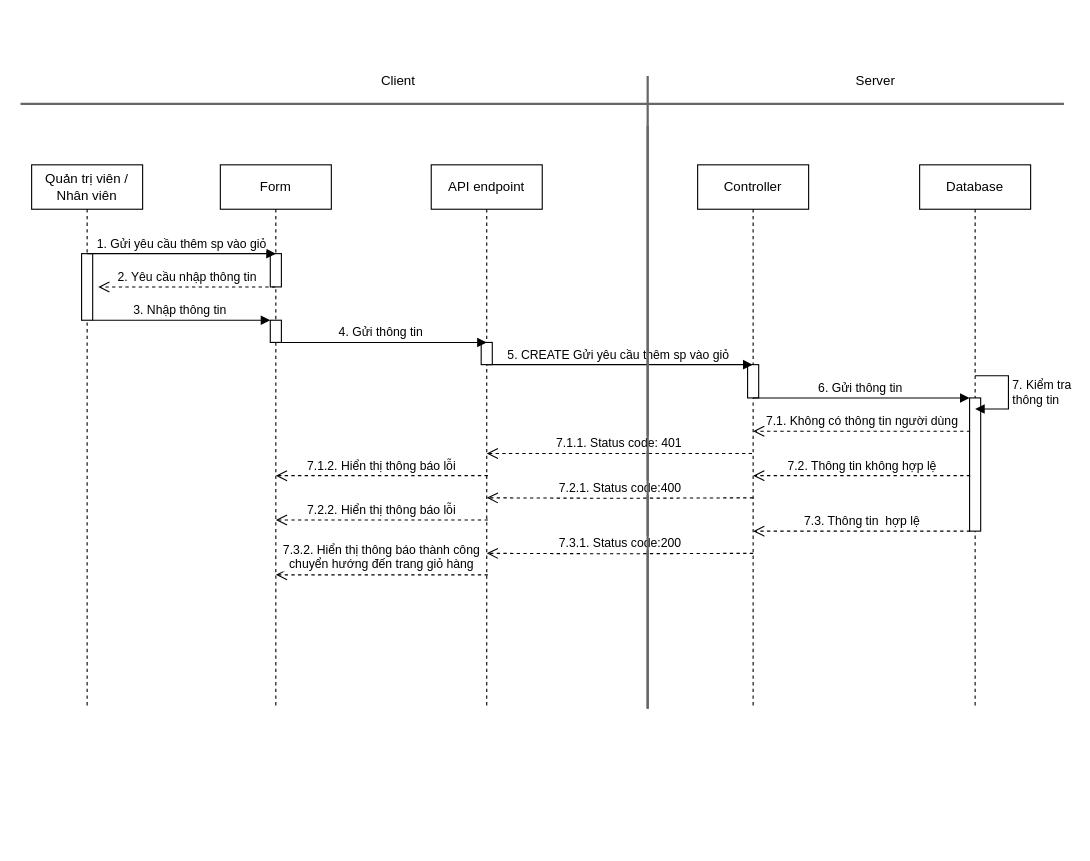
This is page "Page-1" (1 of 4) of SD/SD_QUANLYGIOHANG.drawio from hieuNV0871/da, a draw.io file, before an edit. Source tidied: cells renumbered, new cells numbered last; positions are measured from the earlier drawing's top-left corner, leaving out a move shared by most shapes. Both pictures are drawn from the tidied source at 111%, with x=0, y=0 at pixel (20, 64).
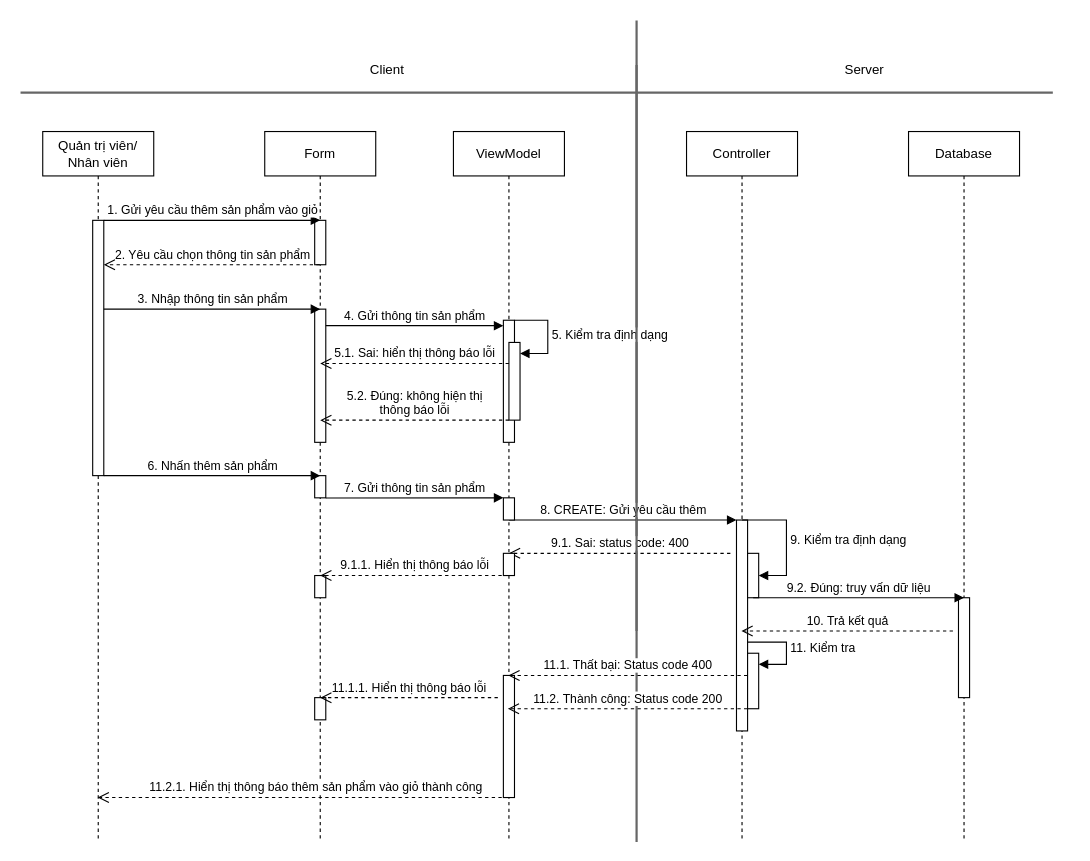
The same page after the edit.

Change to the diagram source:
```diff
@@
-    <mxCell id="2" value="Quản trị viên / Nhân viên" style="shape=umlLifeline;perimeter=lifelinePerimeter;whiteSpace=wrap;html=1;newEdgeStyle={&quot;curved&quot;:0,&quot;rounded&quot;:0};" parent="1" vertex="1">
-      <mxGeometry x="10" y="90" width="100" height="490" as="geometry" />
-    </mxCell>
-    <mxCell id="3" style="html=1;points=[[0,0,0,0,5],[0,1,0,0,-5],[1,0,0,0,5],[1,1,0,0,-5]];perimeter=orthogonalPerimeter;outlineConnect=0;targetShapes=umlLifeline;portConstraint=eastwest;newEdgeStyle={&quot;curved&quot;:0,&quot;rounded&quot;:0};" parent="2" vertex="1">
-      <mxGeometry x="45" y="80" width="10" height="60" as="geometry" />
-    </mxCell>
+    <mxCell id="34" style="line;strokeWidth=2;direction=south;html=1;fillColor=#f5f5f5;fontColor=#333333;strokeColor=#666666;" parent="1" vertex="1">
+      <mxGeometry x="550" y="-40" width="10" height="550" as="geometry" />
+    </mxCell>
+    <mxCell id="35" value="Quản trị viên/ Nhân viên" style="shape=umlLifeline;perimeter=lifelinePerimeter;whiteSpace=wrap;html=1;outlineConnect=0;portConstraint=eastwest;newEdgeStyle={&quot;curved&quot;:0,&quot;rounded&quot;:0};" parent="1" vertex="1">
+      <mxGeometry x="20" y="60" width="100" height="640" as="geometry" />
+    </mxCell>
+    <mxCell id="36" style="html=1;points=[[0,0,0,0,5],[0,1,0,0,-5],[1,0,0,0,5],[1,1,0,0,-5]];perimeter=orthogonalPerimeter;outlineConnect=0;targetShapes=umlLifeline;portConstraint=eastwest;newEdgeStyle={&quot;curved&quot;:0,&quot;rounded&quot;:0};" parent="35" vertex="1">
+      <mxGeometry x="45" y="80" width="10" height="230" as="geometry" />
+    </mxCell>
     <mxCell id="4" value="Form" style="shape=umlLifeline;perimeter=lifelinePerimeter;whiteSpace=wrap;html=1;outlineConnect=0;portConstraint=eastwest;newEdgeStyle={&quot;curved&quot;:0,&quot;rounded&quot;:0};" parent="1" vertex="1">
-      <mxGeometry x="180" y="90" width="100" height="490" as="geometry" />
+      <mxGeometry x="220" y="60" width="100" height="640" as="geometry" />
     </mxCell>
-    <mxCell id="5" style="html=1;perimeter=orthogonalPerimeter;targetShapes=umlLifeline;newEdgeStyle={&quot;curved&quot;:0,&quot;rounded&quot;:0};" parent="4" vertex="1">
-      <mxGeometry x="45" y="80" width="10" height="30" as="geometry" />
-    </mxCell>
-    <mxCell id="6" style="html=1;points=[[0,0,0,0,5],[0,1,0,0,-5],[1,0,0,0,5],[1,1,0,0,-5]];perimeter=orthogonalPerimeter;outlineConnect=0;targetShapes=umlLifeline;portConstraint=eastwest;newEdgeStyle={&quot;curved&quot;:0,&quot;rounded&quot;:0};" parent="4" vertex="1">
-      <mxGeometry x="45" y="140" width="10" height="20" as="geometry" />
-    </mxCell>
+    <mxCell id="37" style="html=1;perimeter=orthogonalPerimeter;targetShapes=umlLifeline;newEdgeStyle={&quot;curved&quot;:0,&quot;rounded&quot;:0};" parent="4" vertex="1">
+      <mxGeometry x="45" y="80" width="10" height="40" as="geometry" />
+    </mxCell>
+    <mxCell id="38" style="html=1;points=[[0,0,0,0,5],[0,1,0,0,-5],[1,0,0,0,5],[1,1,0,0,-5]];perimeter=orthogonalPerimeter;outlineConnect=0;targetShapes=umlLifeline;portConstraint=eastwest;newEdgeStyle={&quot;curved&quot;:0,&quot;rounded&quot;:0};" parent="4" vertex="1">
+      <mxGeometry x="45" y="160" width="10" height="120" as="geometry" />
+    </mxCell>
+    <mxCell id="39" style="html=1;perimeter=orthogonalPerimeter;targetShapes=umlLifeline;newEdgeStyle={&quot;curved&quot;:0,&quot;rounded&quot;:0};" parent="4" vertex="1">
+      <mxGeometry x="45" y="310" width="10" height="20" as="geometry" />
+    </mxCell>
+    <mxCell id="40" style="html=1;perimeter=orthogonalPerimeter;targetShapes=umlLifeline;newEdgeStyle={&quot;curved&quot;:0,&quot;rounded&quot;:0};" parent="4" vertex="1">
+      <mxGeometry x="45" y="400" width="10" height="20" as="geometry" />
+    </mxCell>
+    <mxCell id="41" style="html=1;perimeter=orthogonalPerimeter;targetShapes=umlLifeline;newEdgeStyle={&quot;curved&quot;:0,&quot;rounded&quot;:0};" parent="4" vertex="1">
+      <mxGeometry x="45" y="510" width="10" height="20" as="geometry" />
+    </mxCell>
     <mxCell id="7" value="Controller" style="shape=umlLifeline;perimeter=lifelinePerimeter;whiteSpace=wrap;html=1;outlineConnect=0;portConstraint=eastwest;newEdgeStyle={&quot;curved&quot;:0,&quot;rounded&quot;:0};" parent="1" vertex="1">
-      <mxGeometry x="610" y="90" width="100" height="490" as="geometry" />
+      <mxGeometry x="600" y="60" width="100" height="640" as="geometry" />
     </mxCell>
-    <mxCell id="8" style="html=1;perimeter=orthogonalPerimeter;targetShapes=umlLifeline;newEdgeStyle={&quot;curved&quot;:0,&quot;rounded&quot;:0};" parent="7" vertex="1">
-      <mxGeometry x="45" y="180" width="10" height="30" as="geometry" />
-    </mxCell>
-    <mxCell id="9" value="2. Yêu cầu nhập thông tin" style="html=1;verticalAlign=bottom;endArrow=open;dashed=1;endSize=8;curved=0;rounded=0;" parent="1" edge="1">
-      <mxGeometry relative="1" as="geometry">
-        <mxPoint x="229.5" y="200" as="sourcePoint" />
-        <mxPoint x="70" y="200" as="targetPoint" />
-        <Array as="points">
-          <mxPoint x="130" y="200" />
-        </Array>
-      </mxGeometry>
-    </mxCell>
-    <mxCell id="10" value="3. Nhập thông tin&amp;nbsp;" style="html=1;verticalAlign=bottom;endArrow=block;curved=0;rounded=0;" parent="1" edge="1" source="3" target="6">
-      <mxGeometry relative="1" as="geometry" />
-    </mxCell>
-    <mxCell id="11" value="1. Gửi yêu cầu thêm sp vào giỏ" style="html=1;verticalAlign=bottom;endArrow=block;curved=0;rounded=0;" parent="1" edge="1">
-      <mxGeometry relative="1" as="geometry">
-        <mxPoint x="60" y="170" as="sourcePoint" />
-        <mxPoint x="230" y="170" as="targetPoint" />
-      </mxGeometry>
-    </mxCell>
-    <mxCell id="12" value="5. CREATE Gửi yêu cầu thêm sp vào giỏ&amp;nbsp;" style="html=1;verticalAlign=bottom;endArrow=block;curved=0;rounded=0;" parent="1" edge="1" target="7">
-      <mxGeometry relative="1" as="geometry">
-        <mxPoint x="420" y="270" as="sourcePoint" />
-      </mxGeometry>
-    </mxCell>
+    <mxCell id="42" style="html=1;points=[[0,0,0,0,5],[0,1,0,0,-5],[1,0,0,0,5],[1,1,0,0,-5]];perimeter=orthogonalPerimeter;outlineConnect=0;targetShapes=umlLifeline;portConstraint=eastwest;newEdgeStyle={&quot;curved&quot;:0,&quot;rounded&quot;:0};" parent="7" vertex="1">
+      <mxGeometry x="45" y="350" width="10" height="190" as="geometry" />
+    </mxCell>
+    <mxCell id="43" value="9. Kiểm tra định dạng" style="html=1;align=left;spacingLeft=2;endArrow=block;rounded=0;edgeStyle=orthogonalEdgeStyle;curved=0;rounded=0;exitX=0.5;exitY=0;exitDx=0;exitDy=0;exitPerimeter=0;" parent="7" edge="1" source="42" target="44">
+      <mxGeometry relative="1" as="geometry">
+        <Array as="points">
+          <mxPoint x="90" y="350" />
+          <mxPoint x="90" y="400" />
+        </Array>
+      </mxGeometry>
+    </mxCell>
+    <mxCell id="44" style="html=1;points=[[0,0,0,0,5],[0,1,0,0,-5],[1,0,0,0,5],[1,1,0,0,-5]];perimeter=orthogonalPerimeter;outlineConnect=0;targetShapes=umlLifeline;portConstraint=eastwest;newEdgeStyle={&quot;curved&quot;:0,&quot;rounded&quot;:0};" parent="7" vertex="1">
+      <mxGeometry x="55" y="380" width="10" height="40" as="geometry" />
+    </mxCell>
+    <mxCell id="45" style="html=1;points=[[0,0,0,0,5],[0,1,0,0,-5],[1,0,0,0,5],[1,1,0,0,-5]];perimeter=orthogonalPerimeter;outlineConnect=0;targetShapes=umlLifeline;portConstraint=eastwest;newEdgeStyle={&quot;curved&quot;:0,&quot;rounded&quot;:0};" parent="7" vertex="1">
+      <mxGeometry x="55" y="470" width="10" height="50" as="geometry" />
+    </mxCell>
+    <mxCell id="46" value="11. Kiểm tra" style="html=1;align=left;spacingLeft=2;endArrow=block;rounded=0;edgeStyle=orthogonalEdgeStyle;curved=0;rounded=0;" parent="7" edge="1" target="45">
+      <mxGeometry relative="1" as="geometry">
+        <mxPoint x="55" y="460" as="sourcePoint" />
+        <Array as="points">
+          <mxPoint x="90" y="460" />
+          <mxPoint x="90" y="480" />
+        </Array>
+      </mxGeometry>
+    </mxCell>
+    <mxCell id="47" value="2. Yêu cầu chọn thông tin sản phẩm" style="html=1;verticalAlign=bottom;endArrow=open;dashed=1;endSize=8;curved=0;rounded=0;" parent="1" edge="1" source="4" target="36">
+      <mxGeometry relative="1" as="geometry">
+        <Array as="points">
+          <mxPoint x="150" y="180" />
+        </Array>
+      </mxGeometry>
+    </mxCell>
+    <mxCell id="48" value="3. Nhập thông tin sản phẩm" style="html=1;verticalAlign=bottom;endArrow=block;curved=0;rounded=0;" parent="1" edge="1" source="36">
+      <mxGeometry relative="1" as="geometry">
+        <mxPoint x="270" y="220" as="targetPoint" />
+      </mxGeometry>
+    </mxCell>
+    <mxCell id="49" value="1. Gửi yêu cầu thêm sản phẩm vào giỏ" style="html=1;verticalAlign=bottom;endArrow=block;curved=0;rounded=0;" parent="1" edge="1">
+      <mxGeometry relative="1" as="geometry">
+        <mxPoint x="75" y="140" as="sourcePoint" />
+        <mxPoint x="270" y="140" as="targetPoint" />
+      </mxGeometry>
+    </mxCell>
+    <mxCell id="50" value="8. CREATE: Gửi yêu cầu thêm" style="html=1;verticalAlign=bottom;endArrow=block;curved=0;rounded=0;" parent="1" edge="1">
+      <mxGeometry relative="1" as="geometry">
+        <mxPoint x="440" y="410" as="sourcePoint" />
+        <mxPoint x="645" y="410" as="targetPoint" />
+      </mxGeometry>
+    </mxCell>
+    <mxCell id="51" value="9.1. Sai: status code: 400" style="html=1;verticalAlign=bottom;endArrow=open;dashed=1;endSize=8;curved=0;rounded=0;" parent="1" edge="1">
+      <mxGeometry relative="1" as="geometry">
+        <mxPoint x="639.5" y="440" as="sourcePoint" />
+        <mxPoint x="440" y="440" as="targetPoint" />
+        <Array as="points">
+          <mxPoint x="515" y="440" />
+        </Array>
+      </mxGeometry>
+    </mxCell>
     <mxCell id="13" value="Database" style="shape=umlLifeline;perimeter=lifelinePerimeter;whiteSpace=wrap;html=1;newEdgeStyle={&quot;curved&quot;:0,&quot;rounded&quot;:0};" parent="1" vertex="1">
-      <mxGeometry x="810" y="90" width="100" height="490" as="geometry" />
+      <mxGeometry x="800" y="60" width="100" height="640" as="geometry" />
     </mxCell>
-    <mxCell id="14" style="html=1;points=[[0,0,0,0,5],[0,1,0,0,-5],[1,0,0,0,5],[1,1,0,0,-5]];perimeter=orthogonalPerimeter;outlineConnect=0;targetShapes=umlLifeline;portConstraint=eastwest;newEdgeStyle={&quot;curved&quot;:0,&quot;rounded&quot;:0};" parent="13" vertex="1">
-      <mxGeometry x="45" y="210" width="10" height="120" as="geometry" />
-    </mxCell>
-    <mxCell id="15" style="line;strokeWidth=2;html=1;fillColor=#f5f5f5;fontColor=#333333;strokeColor=#666666;" parent="1" vertex="1">
-      <mxGeometry y="30" width="940" height="10" as="geometry" />
-    </mxCell>
+    <mxCell id="52" style="html=1;perimeter=orthogonalPerimeter;targetShapes=umlLifeline;newEdgeStyle={&quot;curved&quot;:0,&quot;rounded&quot;:0};" parent="13" vertex="1">
+      <mxGeometry x="45" y="420" width="10" height="90" as="geometry" />
+    </mxCell>
+    <mxCell id="53" style="line;strokeWidth=2;html=1;fillColor=#f5f5f5;fontColor=#333333;strokeColor=#666666;" parent="1" vertex="1">
+      <mxGeometry y="20" width="930" height="10" as="geometry" />
+    </mxCell>
     <mxCell id="16" value="Server" style="text;html=1;align=center;verticalAlign=middle;strokeColor=none;fillColor=none;" parent="1" vertex="1">
-      <mxGeometry x="740" width="60" height="30" as="geometry" />
+      <mxGeometry x="730" y="-10" width="60" height="30" as="geometry" />
     </mxCell>
     <mxCell id="17" value="Client" style="text;html=1;align=center;verticalAlign=middle;strokeColor=none;fillColor=none;" parent="1" vertex="1">
-      <mxGeometry x="315" width="50" height="30" as="geometry" />
+      <mxGeometry x="305" y="-10" width="50" height="30" as="geometry" />
     </mxCell>
-    <mxCell id="18" style="line;strokeWidth=2;direction=south;html=1;fillColor=#f5f5f5;fontColor=#333333;strokeColor=#666666;" parent="1" vertex="1">
-      <mxGeometry x="560" y="10" width="10" height="570" as="geometry" />
-    </mxCell>
-    <mxCell id="19" value="API endpoint" style="shape=umlLifeline;perimeter=lifelinePerimeter;whiteSpace=wrap;html=1;newEdgeStyle={&quot;curved&quot;:0,&quot;rounded&quot;:0};" parent="1" vertex="1">
-      <mxGeometry x="370" y="90" width="100" height="490" as="geometry" />
-    </mxCell>
-    <mxCell id="20" style="html=1;perimeter=orthogonalPerimeter;targetShapes=umlLifeline;newEdgeStyle={&quot;curved&quot;:0,&quot;rounded&quot;:0};" parent="19" vertex="1">
-      <mxGeometry x="45" y="160" width="10" height="20" as="geometry" />
-    </mxCell>
-    <mxCell id="21" value="4. Gửi thông tin&amp;nbsp;" style="html=1;verticalAlign=bottom;endArrow=block;curved=0;rounded=0;" parent="1" edge="1">
-      <mxGeometry relative="1" as="geometry">
-        <mxPoint x="230.5" y="250" as="sourcePoint" />
-        <mxPoint x="420" y="250" as="targetPoint" />
-      </mxGeometry>
-    </mxCell>
-    <mxCell id="22" value="7. Kiểm tra&lt;br&gt;thông tin" style="html=1;align=left;spacingLeft=2;endArrow=block;rounded=0;edgeStyle=orthogonalEdgeStyle;curved=0;rounded=0;" parent="1" edge="1">
-      <mxGeometry relative="1" as="geometry">
-        <mxPoint x="860" y="280" as="sourcePoint" />
-        <mxPoint x="860" y="310" as="targetPoint" />
-        <Array as="points">
-          <mxPoint x="890" y="310" />
-        </Array>
-      </mxGeometry>
-    </mxCell>
-    <mxCell id="23" value="6. Gửi thông tin&amp;nbsp;" style="html=1;verticalAlign=bottom;endArrow=block;curved=0;rounded=0;" parent="1" edge="1" target="14">
-      <mxGeometry relative="1" as="geometry">
-        <mxPoint x="660" y="300" as="sourcePoint" />
-      </mxGeometry>
-    </mxCell>
-    <mxCell id="24" value="7.1. Không có thông tin người dùng" style="html=1;verticalAlign=bottom;endArrow=open;dashed=1;endSize=8;curved=0;rounded=0;" parent="1" edge="1">
-      <mxGeometry relative="1" as="geometry">
-        <mxPoint x="855.5" y="330" as="sourcePoint" />
-        <mxPoint x="660" y="330" as="targetPoint" />
-        <Array as="points">
-          <mxPoint x="695.5" y="330" />
-        </Array>
-      </mxGeometry>
-    </mxCell>
-    <mxCell id="25" value="7.2. Thông tin không hợp lệ" style="html=1;verticalAlign=bottom;endArrow=open;dashed=1;endSize=8;curved=0;rounded=0;" parent="1" edge="1">
-      <mxGeometry relative="1" as="geometry">
-        <mxPoint x="855.5" y="370" as="sourcePoint" />
-        <mxPoint x="660" y="370" as="targetPoint" />
-      </mxGeometry>
-    </mxCell>
-    <mxCell id="26" value="7.1.1. Status code: 401" style="html=1;verticalAlign=bottom;endArrow=open;dashed=1;endSize=8;curved=0;rounded=0;" parent="1" edge="1">
-      <mxGeometry relative="1" as="geometry">
-        <mxPoint x="659" y="350" as="sourcePoint" />
-        <mxPoint x="420" y="350" as="targetPoint" />
-        <Array as="points">
-          <mxPoint x="520.5" y="350" />
-        </Array>
-      </mxGeometry>
-    </mxCell>
-    <mxCell id="27" value="7.2.1. Status code:400" style="html=1;verticalAlign=bottom;endArrow=open;dashed=1;endSize=8;curved=0;rounded=0;" parent="1" edge="1">
-      <mxGeometry relative="1" as="geometry">
-        <mxPoint x="660" y="390" as="sourcePoint" />
-        <mxPoint x="420" y="390" as="targetPoint" />
-        <Array as="points">
-          <mxPoint x="530.5" y="390.4" />
-        </Array>
-      </mxGeometry>
-    </mxCell>
-    <mxCell id="28" value="7.1.2. Hiển thị thông báo lỗi" style="html=1;verticalAlign=bottom;endArrow=open;dashed=1;endSize=8;curved=0;rounded=0;" parent="1" edge="1">
-      <mxGeometry relative="1" as="geometry">
-        <mxPoint x="421" y="370" as="sourcePoint" />
-        <mxPoint x="230" y="370" as="targetPoint" />
-      </mxGeometry>
-    </mxCell>
-    <mxCell id="29" value="7.3. Thông tin&amp;nbsp; hợp lệ" style="html=1;verticalAlign=bottom;endArrow=open;dashed=1;endSize=8;curved=0;rounded=0;" parent="1" edge="1">
-      <mxGeometry relative="1" as="geometry">
-        <mxPoint x="855.5" y="420" as="sourcePoint" />
-        <mxPoint x="660" y="420" as="targetPoint" />
-      </mxGeometry>
-    </mxCell>
-    <mxCell id="30" value="7.3.1. Status code:200" style="html=1;verticalAlign=bottom;endArrow=open;dashed=1;endSize=8;curved=0;rounded=0;" parent="1" edge="1">
-      <mxGeometry relative="1" as="geometry">
-        <mxPoint x="660" y="440" as="sourcePoint" />
-        <mxPoint x="420" y="440" as="targetPoint" />
-        <Array as="points">
-          <mxPoint x="530.5" y="440.4" />
-        </Array>
-      </mxGeometry>
-    </mxCell>
-    <mxCell id="31" style="line;strokeWidth=2;direction=south;html=1;fillColor=#f5f5f5;fontColor=#333333;strokeColor=#666666;" parent="1" vertex="1">
-      <mxGeometry x="560" y="55" width="10" height="525" as="geometry" />
-    </mxCell>
-    <mxCell id="32" value="7.2.2. Hiển thị thông báo lỗi" style="html=1;verticalAlign=bottom;endArrow=open;dashed=1;endSize=8;curved=0;rounded=0;" parent="1" edge="1">
-      <mxGeometry relative="1" as="geometry">
-        <mxPoint x="421" y="410" as="sourcePoint" />
-        <mxPoint x="230" y="410" as="targetPoint" />
-      </mxGeometry>
-    </mxCell>
-    <mxCell id="33" value="7.3.2. Hiển thị thông báo thành công&lt;br&gt;chuyển hướng đến trang giỏ hàng" style="html=1;verticalAlign=bottom;endArrow=open;dashed=1;endSize=8;curved=0;rounded=0;" parent="1" edge="1">
-      <mxGeometry relative="1" as="geometry">
-        <mxPoint x="421" y="459.4" as="sourcePoint" />
-        <mxPoint x="230" y="459.4" as="targetPoint" />
-      </mxGeometry>
-    </mxCell>
+    <mxCell id="54" value="ViewModel" style="shape=umlLifeline;perimeter=lifelinePerimeter;whiteSpace=wrap;html=1;outlineConnect=0;portConstraint=eastwest;newEdgeStyle={&quot;curved&quot;:0,&quot;rounded&quot;:0};" parent="1" vertex="1">
+      <mxGeometry x="390" y="60" width="100" height="640" as="geometry" />
+    </mxCell>
+    <mxCell id="55" style="html=1;perimeter=orthogonalPerimeter;targetShapes=umlLifeline;newEdgeStyle={&quot;curved&quot;:0,&quot;rounded&quot;:0};" parent="54" vertex="1">
+      <mxGeometry x="45" y="170" width="10" height="110" as="geometry" />
+    </mxCell>
+    <mxCell id="56" value="5. Kiểm tra định dạng" style="html=1;align=left;spacingLeft=2;endArrow=block;rounded=0;edgeStyle=orthogonalEdgeStyle;curved=0;rounded=0;" parent="54" edge="1" target="57">
+      <mxGeometry relative="1" as="geometry">
+        <mxPoint x="55" y="170" as="sourcePoint" />
+        <Array as="points">
+          <mxPoint x="85" y="200" />
+        </Array>
+      </mxGeometry>
+    </mxCell>
+    <mxCell id="57" style="html=1;points=[[0,0,0,0,5],[0,1,0,0,-5],[1,0,0,0,5],[1,1,0,0,-5]];perimeter=orthogonalPerimeter;outlineConnect=0;targetShapes=umlLifeline;portConstraint=eastwest;newEdgeStyle={&quot;curved&quot;:0,&quot;rounded&quot;:0};" parent="54" vertex="1">
+      <mxGeometry x="50" y="190" width="10" height="70" as="geometry" />
+    </mxCell>
+    <mxCell id="58" style="html=1;perimeter=orthogonalPerimeter;targetShapes=umlLifeline;newEdgeStyle={&quot;curved&quot;:0,&quot;rounded&quot;:0};" parent="54" vertex="1">
+      <mxGeometry x="45" y="330" width="10" height="20" as="geometry" />
+    </mxCell>
+    <mxCell id="59" style="html=1;perimeter=orthogonalPerimeter;targetShapes=umlLifeline;newEdgeStyle={&quot;curved&quot;:0,&quot;rounded&quot;:0};" parent="54" vertex="1">
+      <mxGeometry x="45" y="380" width="10" height="20" as="geometry" />
+    </mxCell>
+    <mxCell id="60" style="html=1;perimeter=orthogonalPerimeter;targetShapes=umlLifeline;newEdgeStyle={&quot;curved&quot;:0,&quot;rounded&quot;:0};" parent="54" vertex="1">
+      <mxGeometry x="45" y="490" width="10" height="110" as="geometry" />
+    </mxCell>
+    <mxCell id="61" value="4. Gửi thông tin sản phẩm" style="html=1;verticalAlign=bottom;endArrow=block;curved=0;rounded=0;" parent="1" edge="1" source="38">
+      <mxGeometry relative="1" as="geometry">
+        <mxPoint x="435" y="234.9" as="targetPoint" />
+      </mxGeometry>
+    </mxCell>
+    <mxCell id="62" style="line;strokeWidth=2;direction=south;html=1;fillColor=#f5f5f5;fontColor=#333333;strokeColor=#666666;" parent="1" vertex="1">
+      <mxGeometry x="550" width="10" height="700" as="geometry" />
+    </mxCell>
+    <mxCell id="63" value="11.2.1. Hiển thị thông báo thêm sản phẩm vào giỏ thành công" style="html=1;verticalAlign=bottom;endArrow=open;dashed=1;endSize=8;curved=0;rounded=0;" parent="1" edge="1" source="54" target="35">
+      <mxGeometry x="-0.06" relative="1" as="geometry">
+        <Array as="points">
+          <mxPoint x="297.5" y="660" />
+        </Array>
+      </mxGeometry>
+    </mxCell>
+    <mxCell id="64" value="5.1. Sai: hiển thị thông báo lỗi" style="html=1;verticalAlign=bottom;endArrow=open;dashed=1;endSize=8;curved=0;rounded=0;" parent="1" edge="1" source="57">
+      <mxGeometry relative="1" as="geometry">
+        <mxPoint x="270" y="269" as="targetPoint" />
+      </mxGeometry>
+    </mxCell>
+    <mxCell id="65" value="5.2. Đúng: không hiện thị &lt;br&gt;thông báo lỗi" style="html=1;verticalAlign=bottom;endArrow=open;dashed=1;endSize=8;curved=0;rounded=0;" parent="1" edge="1">
+      <mxGeometry relative="1" as="geometry">
+        <mxPoint x="440" y="320" as="sourcePoint" />
+        <mxPoint x="270" y="320" as="targetPoint" />
+      </mxGeometry>
+    </mxCell>
+    <mxCell id="66" value="6. Nhấn thêm sản phẩm" style="html=1;verticalAlign=bottom;endArrow=block;curved=0;rounded=0;" parent="1" edge="1">
+      <mxGeometry relative="1" as="geometry">
+        <mxPoint x="75" y="370" as="sourcePoint" />
+        <mxPoint x="270" y="370" as="targetPoint" />
+      </mxGeometry>
+    </mxCell>
+    <mxCell id="67" value="7. Gửi thông tin sản phẩm" style="html=1;verticalAlign=bottom;endArrow=block;curved=0;rounded=0;" parent="1" edge="1">
+      <mxGeometry relative="1" as="geometry">
+        <mxPoint x="275" y="390.1" as="sourcePoint" />
+        <mxPoint x="435" y="390" as="targetPoint" />
+      </mxGeometry>
+    </mxCell>
+    <mxCell id="68" value="9.1.1. Hiển thị thông báo lỗi" style="html=1;verticalAlign=bottom;endArrow=open;dashed=1;endSize=8;curved=0;rounded=0;" parent="1" edge="1">
+      <mxGeometry relative="1" as="geometry">
+        <mxPoint x="439.5" y="460" as="sourcePoint" />
+        <mxPoint x="270" y="460" as="targetPoint" />
+        <Array as="points">
+          <mxPoint x="315" y="460" />
+        </Array>
+      </mxGeometry>
+    </mxCell>
+    <mxCell id="69" value="9.2. Đúng: truy vấn dữ liệu" style="html=1;verticalAlign=bottom;endArrow=block;curved=0;rounded=0;" parent="1" edge="1">
+      <mxGeometry relative="1" as="geometry">
+        <mxPoint x="660" y="480" as="sourcePoint" />
+        <mxPoint x="850" y="480" as="targetPoint" />
+      </mxGeometry>
+    </mxCell>
+    <mxCell id="70" value="10. Trả kết quả" style="html=1;verticalAlign=bottom;endArrow=open;dashed=1;endSize=8;curved=0;rounded=0;" parent="1" edge="1" target="7">
+      <mxGeometry relative="1" as="geometry">
+        <mxPoint x="840" y="510" as="sourcePoint" />
+      </mxGeometry>
+    </mxCell>
+    <mxCell id="71" value="11.1. Thất bại: Status code 400" style="html=1;verticalAlign=bottom;endArrow=open;dashed=1;endSize=8;curved=0;rounded=0;" parent="1" edge="1" target="54">
+      <mxGeometry relative="1" as="geometry">
+        <mxPoint x="654.8" y="550" as="sourcePoint" />
+      </mxGeometry>
+    </mxCell>
+    <mxCell id="72" value="11.2. Thành công: Status code 200" style="html=1;verticalAlign=bottom;endArrow=open;dashed=1;endSize=8;curved=0;rounded=0;" parent="1" edge="1">
+      <mxGeometry relative="1" as="geometry">
+        <mxPoint x="654.8" y="580" as="sourcePoint" />
+        <mxPoint x="439" y="580" as="targetPoint" />
+      </mxGeometry>
+    </mxCell>
+    <mxCell id="73" value="11.1.1. Hiển thị thông báo lỗi" style="html=1;verticalAlign=bottom;endArrow=open;dashed=1;endSize=8;curved=0;rounded=0;" parent="1" edge="1">
+      <mxGeometry relative="1" as="geometry">
+        <mxPoint x="430" y="570" as="sourcePoint" />
+        <mxPoint x="270" y="570" as="targetPoint" />
+        <Array as="points">
+          <mxPoint x="305" y="570" />
+        </Array>
+      </mxGeometry>
+    </mxCell>
```
